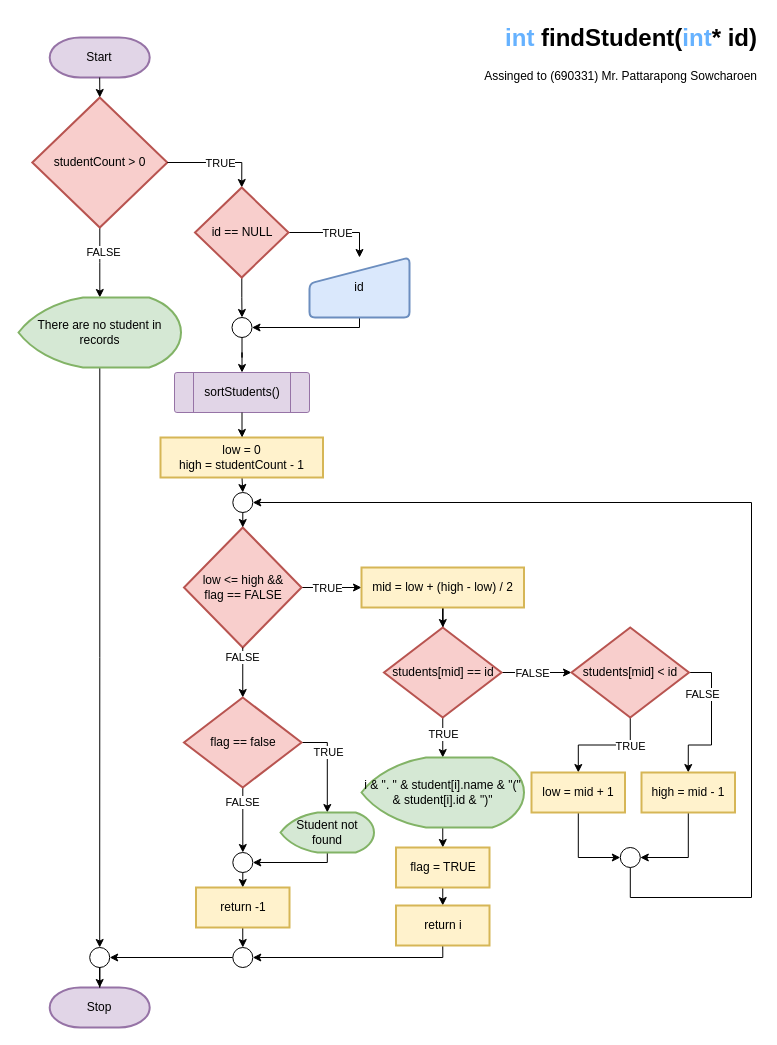
Above: flowchart/find-student.drawio in pattr-hcu/student-management (draw.io), before the change. Source tidied: cells renumbered, new cells numbered last; positions are measured from the earlier drawing's top-left corner, leaving out a move shared by most shapes. Both pictures are drawn from the tidied source at 100%, with x=0, y=0 at pixel (18, 17).
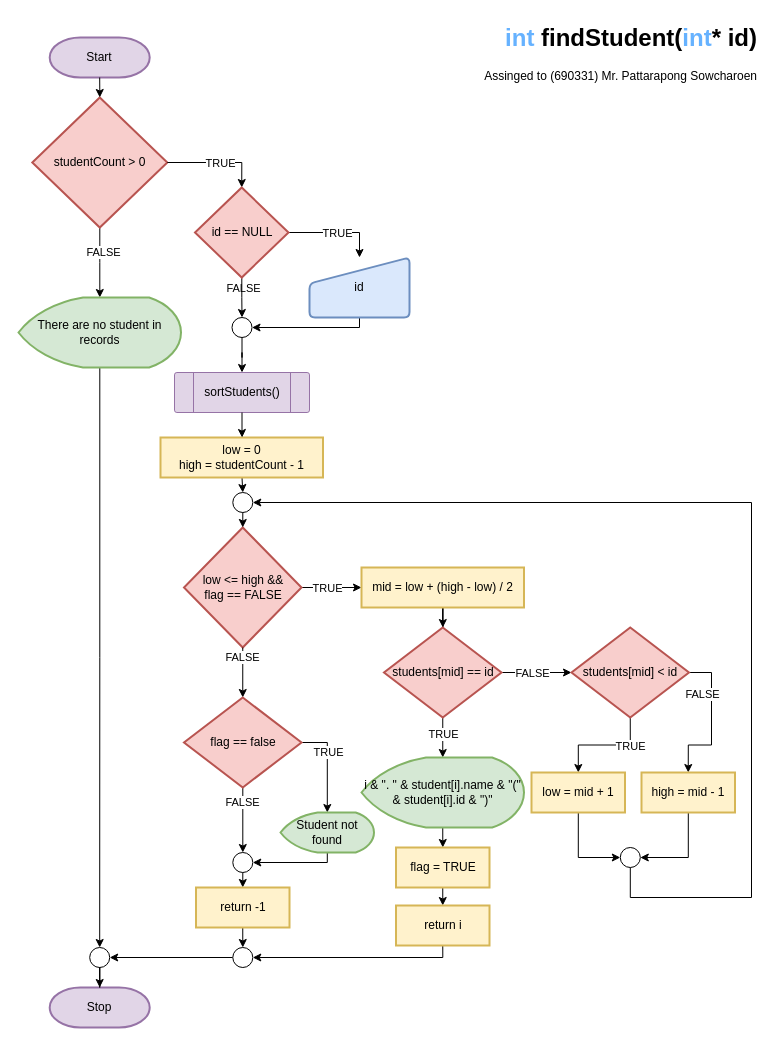
Above is the later version.

Commit message (it also covers changes not shown here):
fix: update flowchart to include missing edge labels and improve clarity in find-student diagram

Unchanged cells that the change refers to:
```xml
<mxCell id="16" style="edgeStyle=orthogonalEdgeStyle;rounded=0;jettySize=auto;html=1;entryX=0.5;entryY=0;entryDx=0;entryDy=0;defaultLabelBackgroundColor=page;" parent="1" edge="1" source="19" target="15">
  <mxGeometry x="-0.64" relative="1" as="geometry" />
</mxCell>
```

Change to the diagram source:
```diff
@@
+    <mxCell id="73" value="FALSE" style="edgeLabel;html=1;align=center;verticalAlign=middle;inheritText=1;defaultLabelBackgroundColor=page;" parent="16" vertex="1">
+      <mxGeometry y="3" relative="1" as="geometry">
+        <mxPoint x="-94" y="58" as="offset" />
+      </mxGeometry>
+    </mxCell>
```
